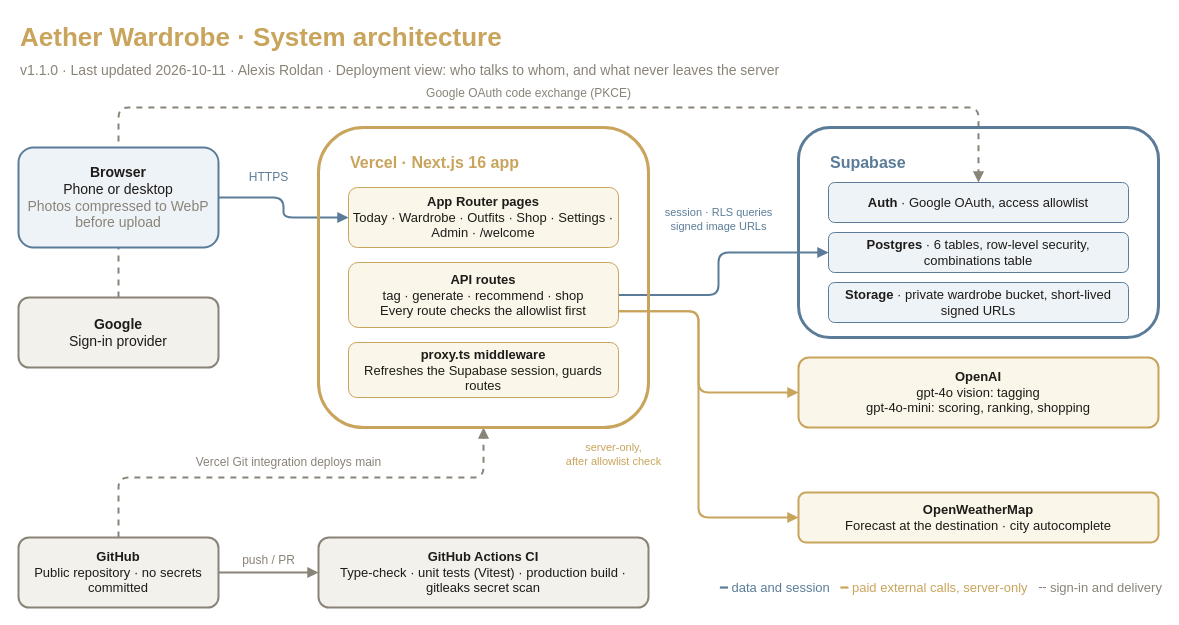
Earlier version of the draw.io diagram docs/diagrams/architecture.drawio (roldanalex/fashion-helper-app). Source tidied: cells renumbered, new cells numbered last; positions are measured from the earlier drawing's top-left corner, leaving out a move shared by most shapes. Both pictures are drawn from the tidied source at 100%, with x=0, y=0 at pixel (18, 17).
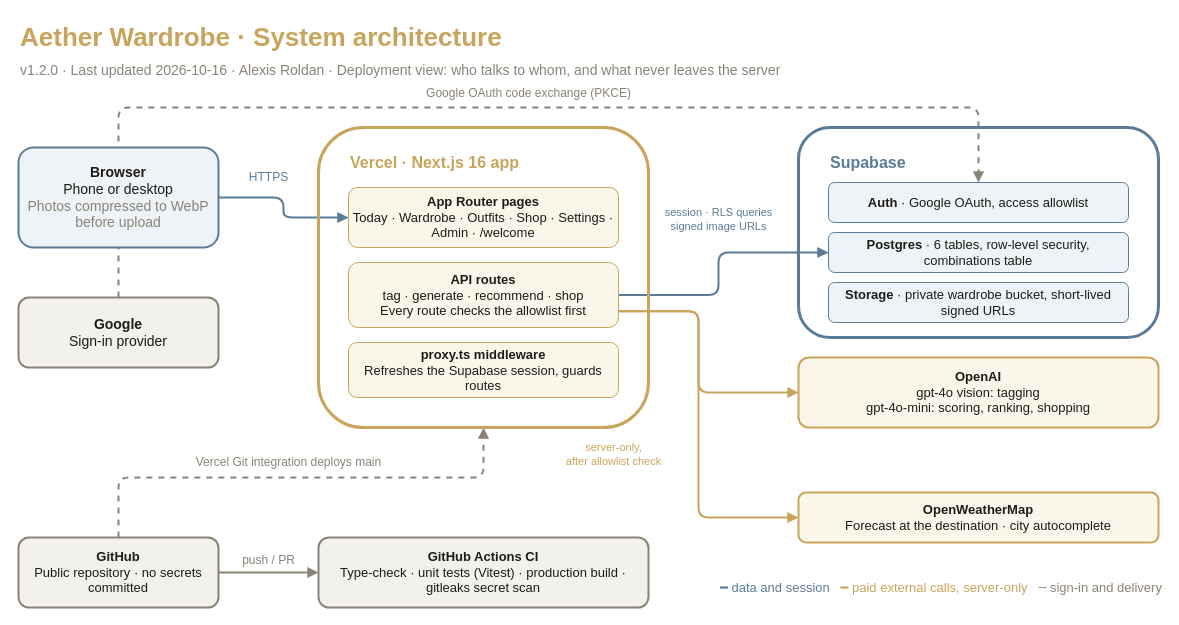
The same diagram, later.

What changed in the source:
```diff
@@
-    <mxCell id="3" value="v1.1.0 · Last updated 2026-10-11 · Alexis Roldan · Deployment view: who talks to whom, and what never leaves the server" style="text;html=1;align=left;verticalAlign=middle;fontSize=14;fontColor=#8A8378;" parent="1" vertex="1">
+    <mxCell id="3" value="v1.2.0 · Last updated 2026-10-16 · Alexis Roldan · Deployment view: who talks to whom, and what never leaves the server" style="text;html=1;align=left;verticalAlign=middle;fontSize=14;fontColor=#8A8378;" parent="1" vertex="1">
       <mxGeometry y="38" width="900" height="30" as="geometry" />
     </mxCell>
```
